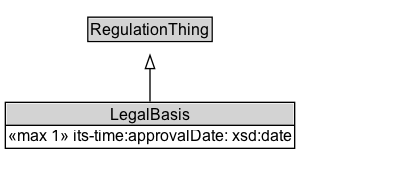
This is docs/diagrams/LegalBasis.dot.png from k-vaughn/ontology-its-regulation, a Graphviz export, as it was before one commit. Its source is kept beside it as docs/diagrams/LegalBasis.dot.
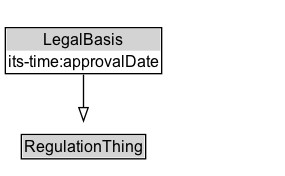
After the commit.

Diff of the diagram source:
```diff
@@ -2,14 +2,14 @@
 	graph [overlap=false rankdir=TB splines=true]
 	node [fontname=Arial fontsize=12 margin=0 shape=none]
 	edge [fontname=Arial fontsize=11]
+	LegalBasis [label=<<TABLE BORDER="1" CELLBORDER="0" CELLSPACING="0" CELLPADDING="1"><TR><TD BGCOLOR="lightgray" ALIGN="CENTER">LegalBasis</TD></TR><TR><TD ALIGN="LEFT">its-time:approvalDate</TD></TR></TABLE>> URL="../LegalBasis" margin=0]
 	{
 		rank=max
-		LegalBasis [label=<<TABLE BORDER="1" CELLBORDER="0" CELLSPACING="0" CELLPADDING="1"><TR><TD BGCOLOR="lightgray" ALIGN="CENTER" PORT="e">LegalBasis</TD></TR><HR/><TR><TD ALIGN="LEFT">«max 1» its-time:approvalDate: xsd:date</TD></TR></TABLE>> URL="../LegalBasis.md" margin=0]
 	}
 	subgraph cluster_associated {
 		label="" style=invis
 		Invis [label=<<TABLE BORDER="0" CELLBORDER="0" CELLSPACING="0" CELLPADDING="1"><TR><TD></TD></TR></TABLE>> margin=0 style=invis]
 	}
-	RegulationThing [label=<<TABLE BORDER="1" CELLBORDER="0" CELLSPACING="0" CELLPADDING="1"><TR><TD BGCOLOR="lightgray" ALIGN="CENTER">RegulationThing</TD></TR></TABLE>> URL="../RegulationThing.md" margin=0]
+	RegulationThing [label=<<TABLE BORDER="1" CELLBORDER="0" CELLSPACING="0" CELLPADDING="1"><TR><TD BGCOLOR="lightgray" ALIGN="CENTER">RegulationThing</TD></TR></TABLE>> URL="../RegulationThing" margin=0]
 	LegalBasis -> RegulationThing [arrowhead=onormal style=solid]
 }
```
